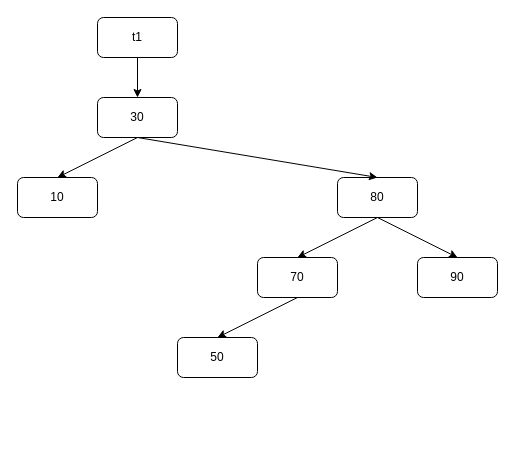
This is C/dshin/hw06/binary-search-tree.drawio from comeeasy/study, a draw.io file, before an edit. Source tidied: cells renumbered, new cells numbered last; positions are measured from the earlier drawing's top-left corner, leaving out a move shared by most shapes. Both pictures are drawn from the tidied source at 100%, with x=0, y=0 at pixel (17, 17).
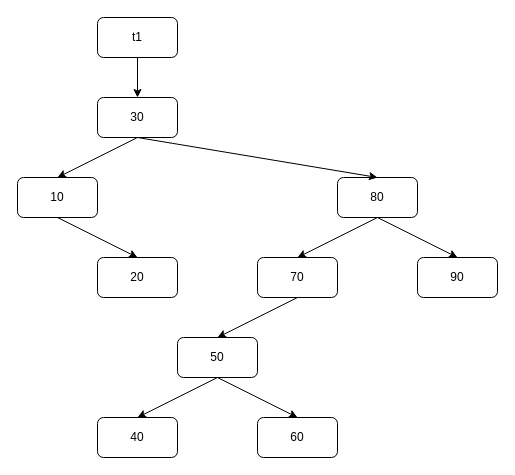
Above is the later version.

Change to the diagram source:
```diff
@@
+    <mxCell id="15" value="60" style="rounded=1;whiteSpace=wrap;html=1;" parent="1" vertex="1">
+      <mxGeometry x="240" y="400" width="80" height="40" as="geometry" />
+    </mxCell>
+    <mxCell id="16" style="endArrow=classic;html=1;exitX=0.5;exitY=1;exitDx=0;exitDy=0;entryX=0.5;entryY=0;entryDx=0;entryDy=0;" parent="1" edge="1" target="15">
+      <mxGeometry relative="1" as="geometry">
+        <mxPoint x="200" y="360" as="sourcePoint" />
+      </mxGeometry>
+    </mxCell>
+    <mxCell id="17" value="20" style="rounded=1;whiteSpace=wrap;html=1;" parent="1" vertex="1">
+      <mxGeometry x="80" y="240" width="80" height="40" as="geometry" />
+    </mxCell>
+    <mxCell id="18" style="endArrow=classic;html=1;exitX=0.5;exitY=1;exitDx=0;exitDy=0;entryX=0.5;entryY=0;entryDx=0;entryDy=0;" parent="1" edge="1" target="17">
+      <mxGeometry relative="1" as="geometry">
+        <mxPoint x="40" y="200" as="sourcePoint" />
+      </mxGeometry>
+    </mxCell>
+    <mxCell id="19" value="40" style="rounded=1;whiteSpace=wrap;html=1;" parent="1" vertex="1">
+      <mxGeometry x="80" y="400" width="80" height="40" as="geometry" />
+    </mxCell>
+    <mxCell id="20" style="endArrow=classic;html=1;exitX=0.5;exitY=1;exitDx=0;exitDy=0;entryX=0.5;entryY=0;entryDx=0;entryDy=0;" parent="1" edge="1" target="19">
+      <mxGeometry relative="1" as="geometry">
+        <mxPoint x="200" y="360" as="sourcePoint" />
+      </mxGeometry>
+    </mxCell>
```
